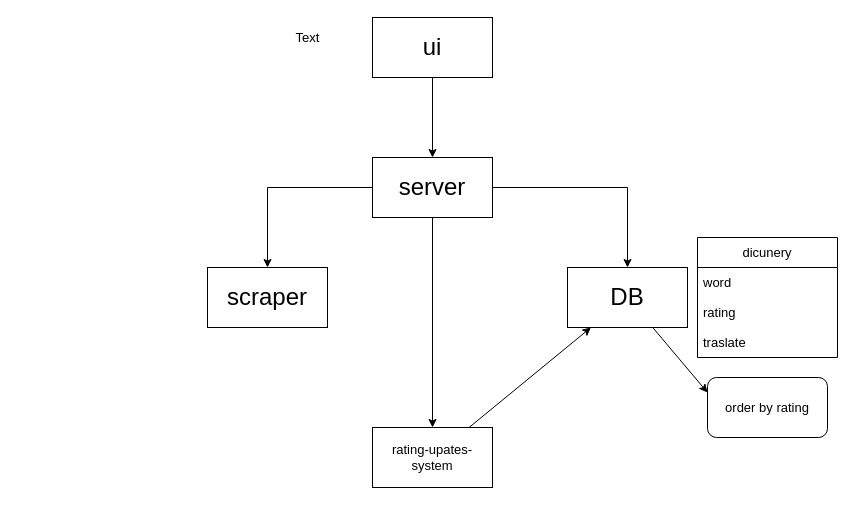
The draw.io diagram Untitled Diagram.drawio in chenbaruchchen/talmod-dictionary-app, before the edit. Source tidied: cells renumbered, new cells numbered last; positions are measured from the earlier drawing's top-left corner, leaving out a move shared by most shapes. Both pictures are drawn from the tidied source at 100%, with x=0, y=0 at pixel (207, 17).
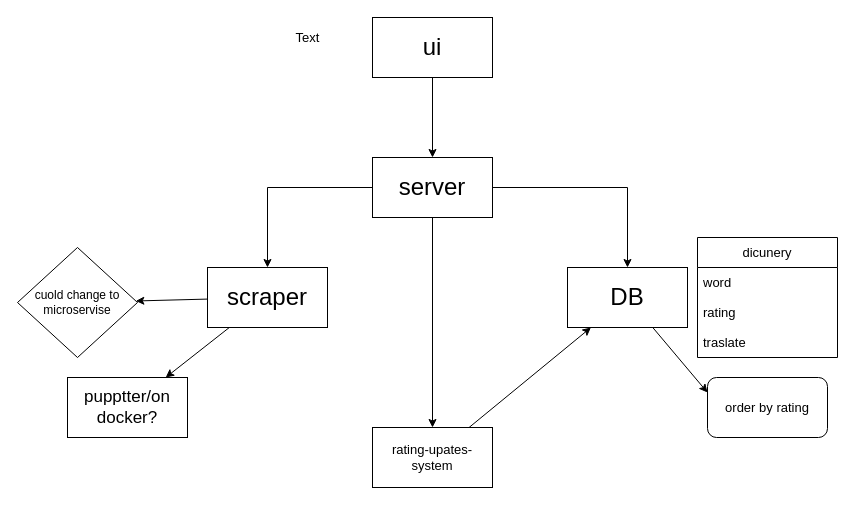
The same diagram, later.

The change refers to these unchanged cells:
```xml
<mxCell id="8" value="&lt;font style=&quot;font-size: 24px;&quot;&gt;scraper&lt;/font&gt;" style="rounded=0;whiteSpace=wrap;html=1;" parent="1" vertex="1">
  <mxGeometry y="250" width="120" height="60" as="geometry" />
</mxCell>
```

The edit, as a diff of the source:
```diff
@@
+    <mxCell id="19" style="edgeStyle=none;rounded=0;jettySize=auto;html=1;fontSize=13;" parent="1" edge="1" source="8" target="21">
+      <mxGeometry relative="1" as="geometry" />
+    </mxCell>
+    <mxCell id="20" style="edgeStyle=none;rounded=0;jettySize=auto;html=1;fontSize=13;" parent="1" edge="1" source="8" target="22">
+      <mxGeometry relative="1" as="geometry" />
+    </mxCell>
@@
+    <mxCell id="21" value="cuold change to microservise" style="rhombus;whiteSpace=wrap;html=1;rounded=0;" parent="1" vertex="1">
+      <mxGeometry x="-190" y="230" width="120" height="110" as="geometry" />
+    </mxCell>
+    <mxCell id="22" value="&lt;font style=&quot;font-size: 17px;&quot;&gt;pupptter/on docker?&lt;/font&gt;" style="rounded=0;whiteSpace=wrap;html=1;" parent="1" vertex="1">
+      <mxGeometry x="-140" y="360" width="120" height="60" as="geometry" />
+    </mxCell>
```
